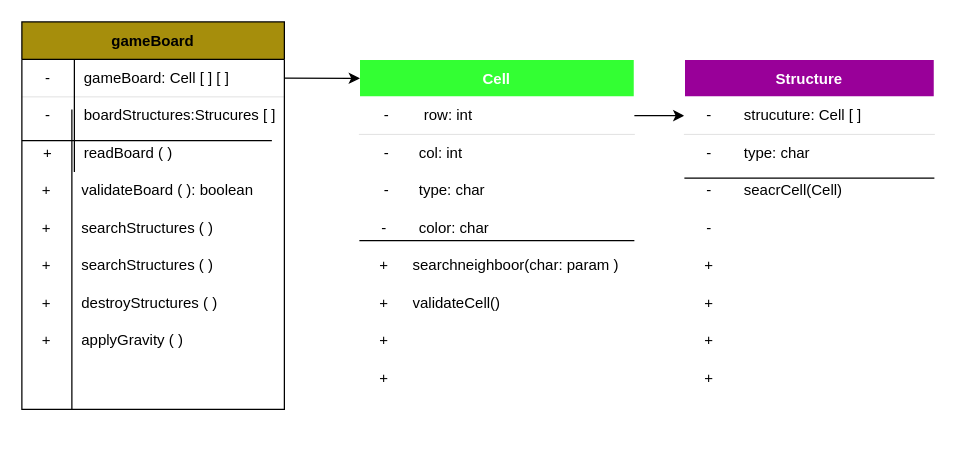
The draw.io diagram Proyecto01/Desing/test.drawio in Santaval/progra1-22b-aaron_santana, before the edit. Source tidied: cells renumbered, new cells numbered last; positions are measured from the earlier drawing's top-left corner, leaving out a move shared by most shapes. Both pictures are drawn from the tidied source at 125%, with x=0, y=0 at pixel (21, 21).
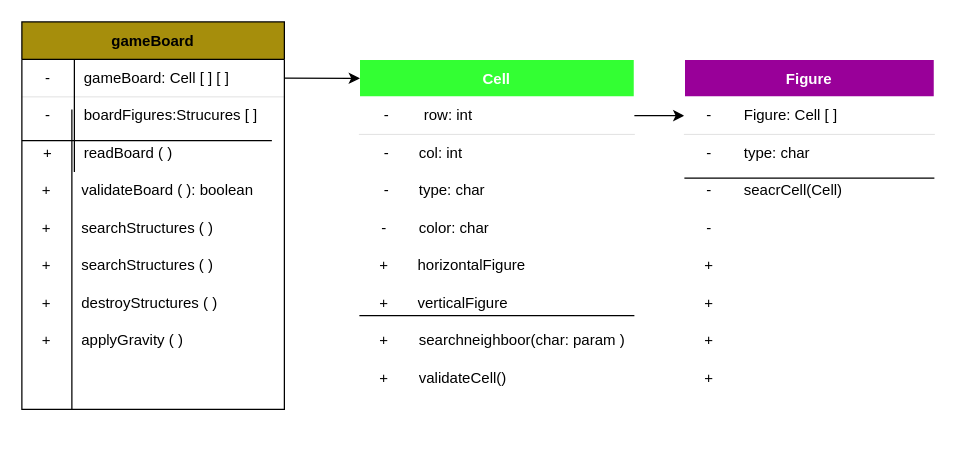
After the change.

Commit message (it also covers changes not shown here):
Vertical and horizontal figures serach finished

Unchanged cells that the change refers to:
```xml
<mxCell id="16" style="shape=partialRectangle;html=1;whiteSpace=wrap;fillColor=none;top=0;left=0;bottom=0;right=0;" parent="12" vertex="1">
  <mxGeometry y="60" width="210" height="30" as="geometry" />
</mxCell>
<mxCell id="46" style="shape=partialRectangle;html=1;whiteSpace=wrap;fillColor=none;top=0;left=0;bottom=1;right=0;points=[[0,0.5],[1,0.5]];portConstraint=eastwest;strokeWidth=0;" parent="45" vertex="1">
  <mxGeometry y="30" width="200" height="30" as="geometry" />
</mxCell>
```

Change to the diagram source:
```diff
@@
-    <mxCell id="18" value="boardStructures:Strucures [ ]" style="shape=partialRectangle;html=1;whiteSpace=wrap;fillColor=none;top=0;left=0;bottom=0;right=0;align=left;spacingLeft=6;overflow=hidden;" parent="16" vertex="1">
+    <mxCell id="18" value="boardFigures:Strucures [ ]" style="shape=partialRectangle;html=1;whiteSpace=wrap;fillColor=none;top=0;left=0;bottom=0;right=0;align=left;spacingLeft=6;overflow=hidden;" parent="16" vertex="1">
       <mxGeometry x="42" width="168" height="30" as="geometry" />
     </mxCell>
@@
-    <mxCell id="45" value="Structure" style="shape=table;startSize=30;childLayout=tableLayout;rowLines=0;fontStyle=1;align=center;labelBackgroundColor=none;fillColor=#990099;fontColor=#ffffff;strokeColor=#FFFFFF;" parent="1" vertex="1">
+    <mxCell id="45" value="Figure" style="shape=table;startSize=30;childLayout=tableLayout;rowLines=0;fontStyle=1;align=center;labelBackgroundColor=none;fillColor=#990099;fontColor=#ffffff;strokeColor=#FFFFFF;" parent="1" vertex="1">
       <mxGeometry x="530" y="30" width="200" height="310" as="geometry" />
     </mxCell>
@@
-    <mxCell id="48" value="strucuture: Cell [ ]" style="shape=partialRectangle;html=1;whiteSpace=wrap;fillColor=none;top=0;left=0;bottom=0;right=0;align=left;spacingLeft=6;overflow=hidden;" parent="46" vertex="1">
+    <mxCell id="48" value="Figure: Cell [ ]" style="shape=partialRectangle;html=1;whiteSpace=wrap;fillColor=none;top=0;left=0;bottom=0;right=0;align=left;spacingLeft=6;overflow=hidden;" parent="46" vertex="1">
       <mxGeometry x="40" width="160" height="30" as="geometry" />
     </mxCell>
@@
     <mxCell id="64" style="line;strokeWidth=1;html=1;labelBackgroundColor=none;fillColor=#A68E0C;" parent="1" vertex="1">
-      <mxGeometry x="270" y="170" width="220" height="10" as="geometry" />
+      <mxGeometry x="270" y="230" width="220" height="10" as="geometry" />
     </mxCell>
     <mxCell id="65" value="searchneighboor(char: param )" style="shape=partialRectangle;html=1;whiteSpace=wrap;fillColor=none;top=0;left=0;bottom=0;right=0;align=left;spacingLeft=6;overflow=hidden;" parent="1" vertex="1">
-      <mxGeometry x="305" y="180" width="185" height="30" as="geometry" />
+      <mxGeometry x="310" y="240" width="185" height="30" as="geometry" />
     </mxCell>
@@
     <mxCell id="67" value="validateCell()" style="shape=partialRectangle;html=1;whiteSpace=wrap;fillColor=none;top=0;left=0;bottom=0;right=0;align=left;spacingLeft=6;overflow=hidden;" parent="1" vertex="1">
-      <mxGeometry x="305" y="210" width="185" height="30" as="geometry" />
+      <mxGeometry x="310" y="270" width="185" height="30" as="geometry" />
     </mxCell>
+    <mxCell id="68" value="horizontalFigure" style="shape=partialRectangle;html=1;whiteSpace=wrap;fillColor=none;top=0;left=0;bottom=0;right=0;align=left;spacingLeft=6;overflow=hidden;" parent="1" vertex="1">
+      <mxGeometry x="309" y="180" width="160" height="30" as="geometry" />
+    </mxCell>
+    <mxCell id="69" value="verticalFigure" style="shape=partialRectangle;html=1;whiteSpace=wrap;fillColor=none;top=0;left=0;bottom=0;right=0;align=left;spacingLeft=6;overflow=hidden;" parent="1" vertex="1">
+      <mxGeometry x="309" y="210" width="160" height="30" as="geometry" />
+    </mxCell>
```
